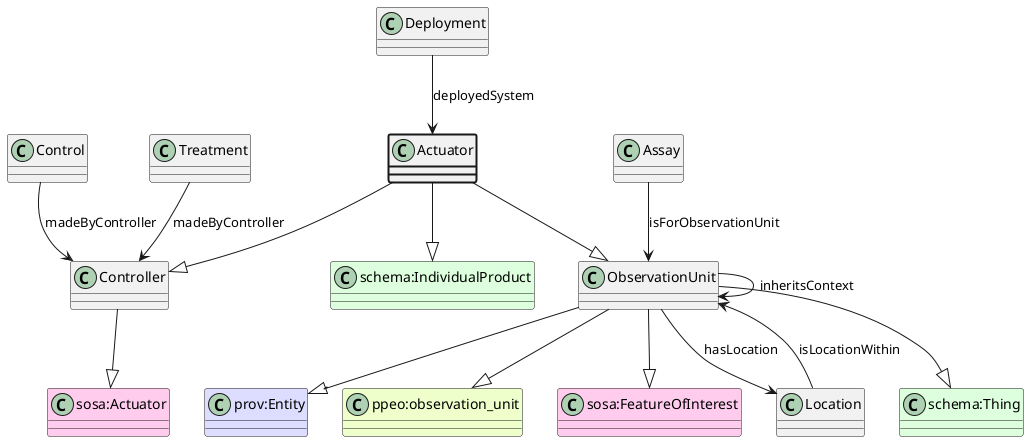
This is ttl_uml/ttl_appn_Actuator.png from aus-plant-phenomics-network/appn-schema, a PlantUML export, as it was before one commit.
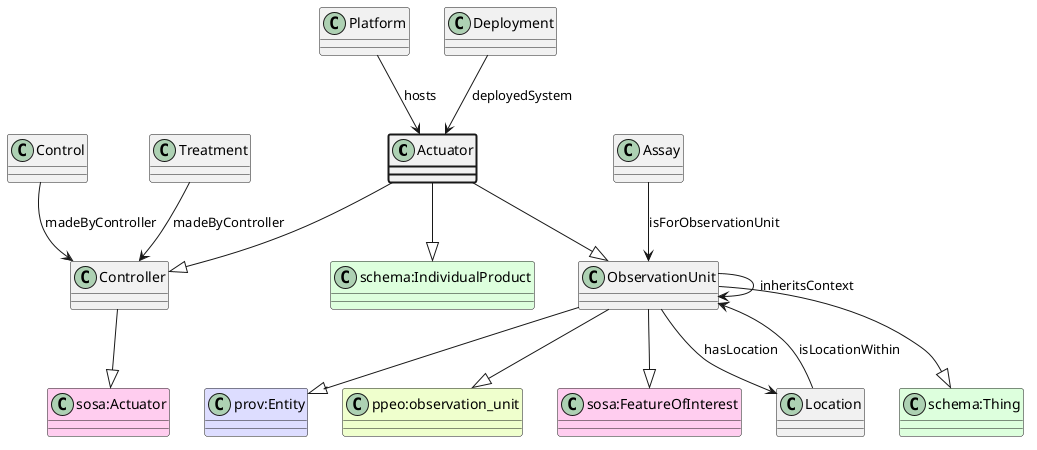
After the change.

Diff of the diagram source:
```diff
@@ -16,6 +16,8 @@
 Actuator --|> ObservationUnit
 class "schema:IndividualProduct" #DDFFDD
 Actuator --|> "schema:IndividualProduct"
+class Platform
+Platform --> Actuator : hosts
 class Deployment
 Deployment --> Actuator : deployedSystem
 class Control
```
